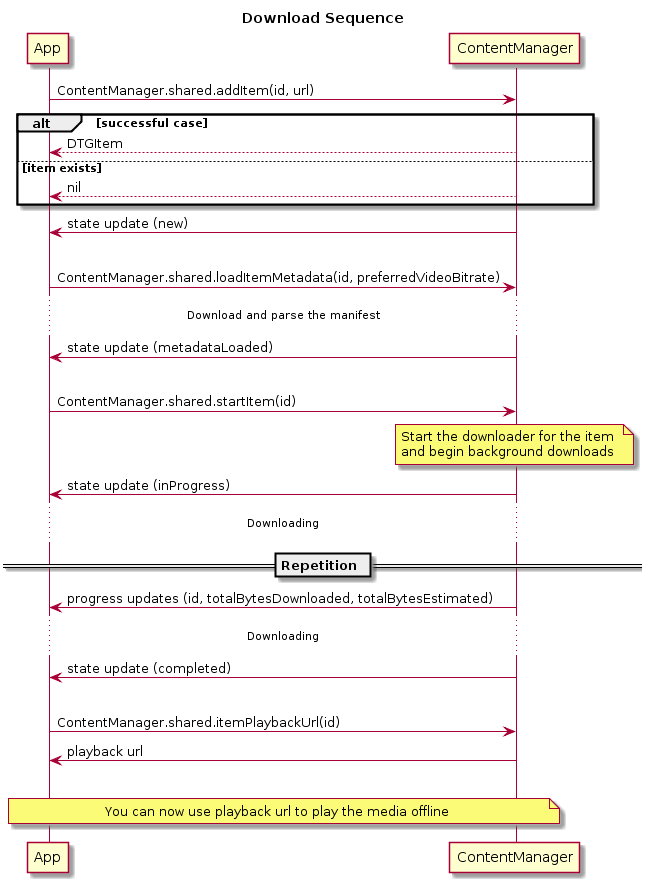
Earlier version of the PlantUML export docs/Resources/download-sequence.png (kaltura/playkit-ios-dtg).
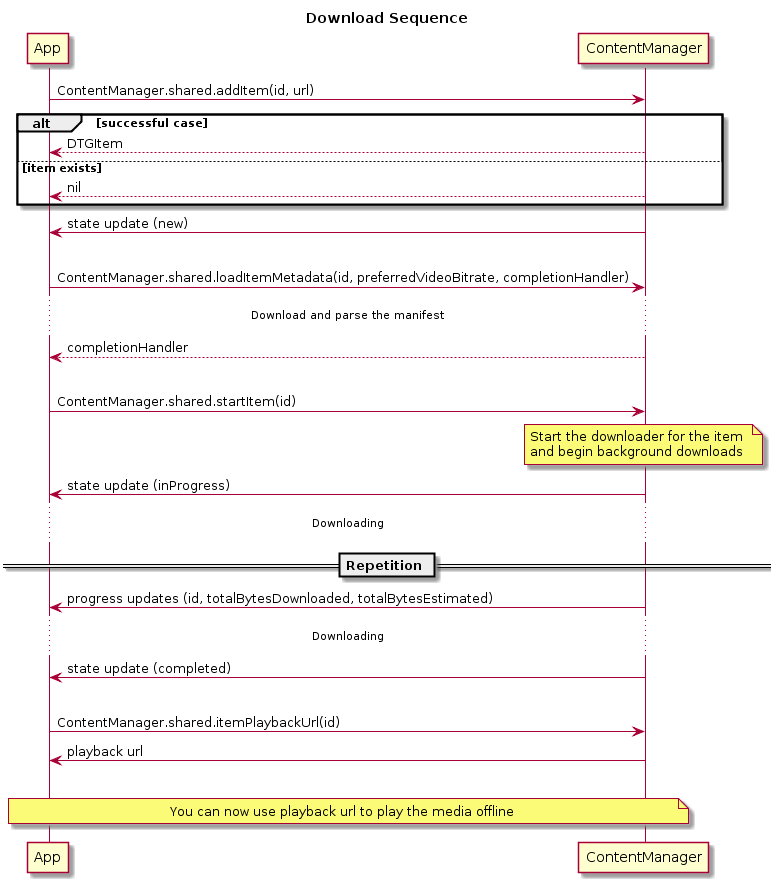
The same file after the commit.

Diff of the diagram source:
```diff
@@ -13,11 +13,11 @@
 
 |||
 
-App -> ContentManager : ContentManager.shared.loadItemMetadata(id, preferredVideoBitrate)
+App -> ContentManager : ContentManager.shared.loadItemMetadata(id, preferredVideoBitrate, completionHandler)
 
 ... Download and parse the manifest ...
 
-App <- ContentManager : state update (metadataLoaded)
+App <-- ContentManager : completionHandler
 
 |||
 
```
